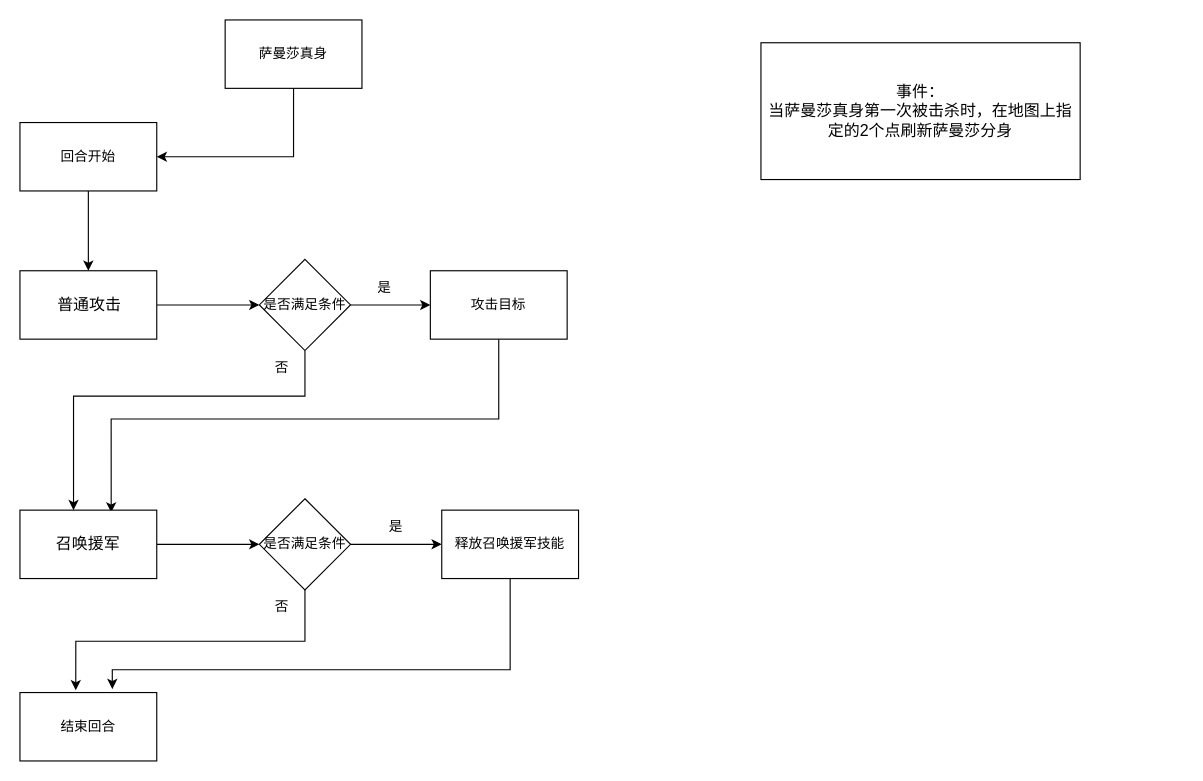
Earlier version of the draw.io diagram page "萨曼莎行为" (4 of 4) of SAI.drawio (neroZWX/-). Source tidied: cells renumbered, new cells numbered last; positions are measured from the earlier drawing's top-left corner, leaving out a move shared by most shapes. Both pictures are drawn from the tidied source at 114%, with x=0, y=0 at pixel (19, 19).
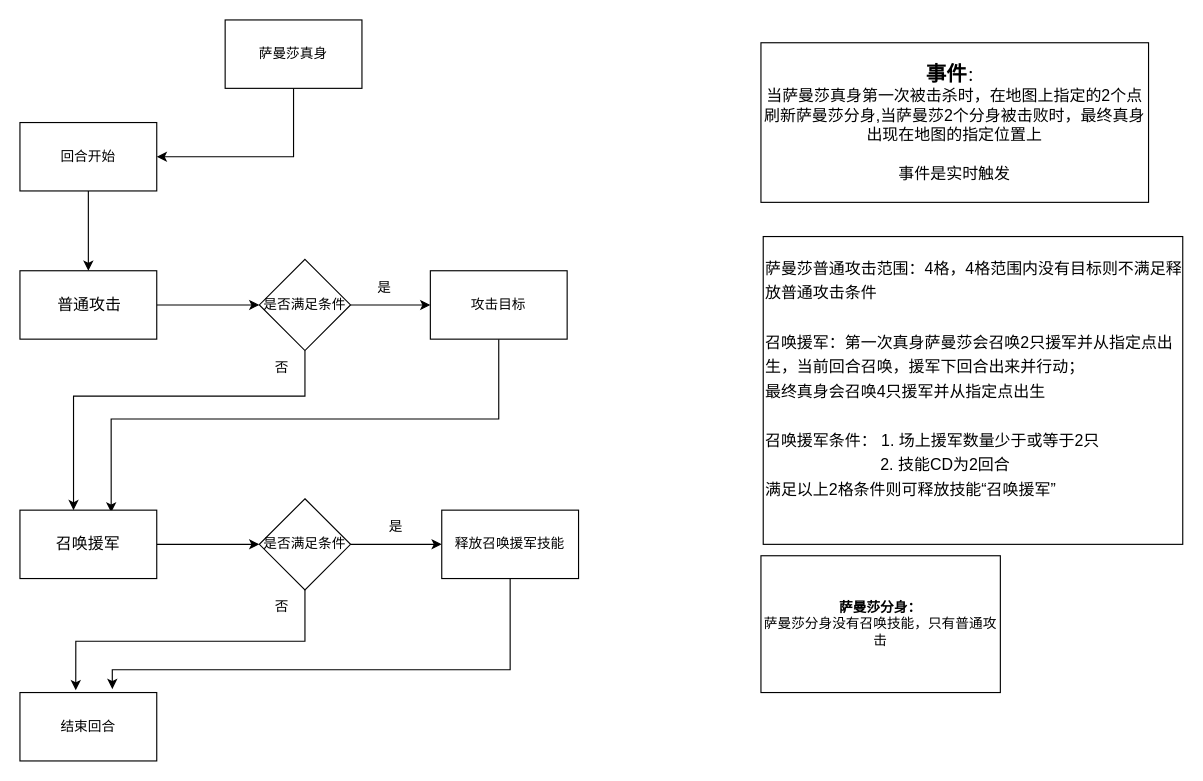
After the change.

Diff of the diagram source:
```diff
@@
-    <mxCell id="23" value="事件：&lt;br&gt;当萨曼莎真身第一次被击杀时，在地图上指定的2个点刷新萨曼莎分身" style="rounded=0;whiteSpace=wrap;html=1;fontSize=14;align=center;" parent="1" vertex="1">
-      <mxGeometry x="650" y="20" width="280" height="120" as="geometry" />
+    <mxCell id="23" value="&lt;b&gt;&lt;font style=&quot;font-size: 18px&quot;&gt;事件&lt;/font&gt;&lt;/b&gt;：&lt;br&gt;当萨曼莎真身第一次被击杀时，在地图上指定的2个点刷新萨曼莎分身,当萨曼莎2个分身被击败时，最终真身出现在地图的指定位置上&lt;br&gt;&lt;br&gt;事件是实时触发" style="rounded=0;whiteSpace=wrap;html=1;fontSize=14;align=center;" parent="1" vertex="1">
+      <mxGeometry x="650" y="20" width="340" height="140" as="geometry" />
     </mxCell>
@@
+    <mxCell id="26" value="&lt;font style=&quot;font-size: 14px&quot;&gt;萨曼莎普通攻击范围：4格，4格范围内没有目标则不满足释放普通攻击条件&lt;br&gt;&lt;br&gt;召唤援军：第一次真身萨曼莎会召唤2只援军并从指定点出生，当前回合召唤，援军下回合出来并行动；&lt;br&gt;最终真身会召唤4只援军并从指定点出生&lt;br&gt;&lt;br&gt;召唤援军条件： 1. 场上援军数量少于或等于2只&lt;br&gt;&amp;nbsp; &amp;nbsp; &amp;nbsp; &amp;nbsp; &amp;nbsp; &amp;nbsp; &amp;nbsp; &amp;nbsp; &amp;nbsp; &amp;nbsp; &amp;nbsp; &amp;nbsp; &amp;nbsp; 2. 技能CD为2回合&lt;br&gt;满足以上2格条件则可释放技能“召唤援军”&lt;br&gt;&lt;br&gt;&lt;/font&gt;" style="rounded=0;whiteSpace=wrap;html=1;fontSize=18;align=left;" parent="1" vertex="1">
+      <mxGeometry x="652" y="190" width="368" height="270" as="geometry" />
+    </mxCell>
+    <mxCell id="27" value="&lt;b&gt;萨曼莎分身：&lt;/b&gt;&lt;br&gt;萨曼莎分身没有召唤技能，只有普通攻击" style="rounded=0;whiteSpace=wrap;html=1;" parent="1" vertex="1">
+      <mxGeometry x="650" y="470" width="210" height="120" as="geometry" />
+    </mxCell>
```
